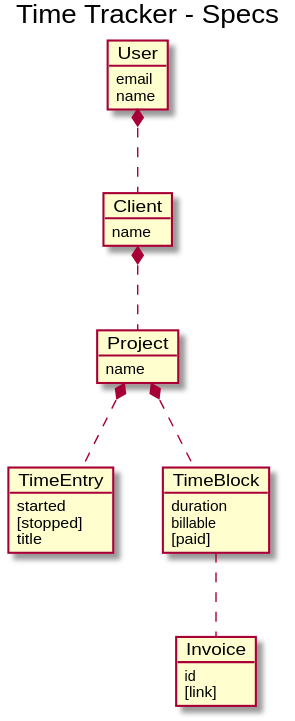
Above: static/images/time_tracker_specs.svg in seed-rs/seed-rs.org (PlantUML), before the change.
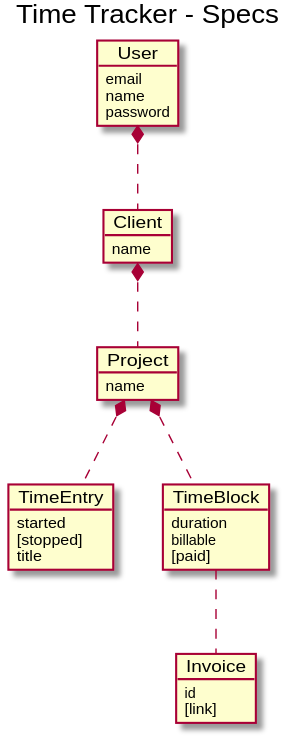
Later version of the same file.

Change to the diagram source:
```diff
@@ -4,6 +4,7 @@
 object User {
   email
   name
+  password
 }
 
 object Client {
```
